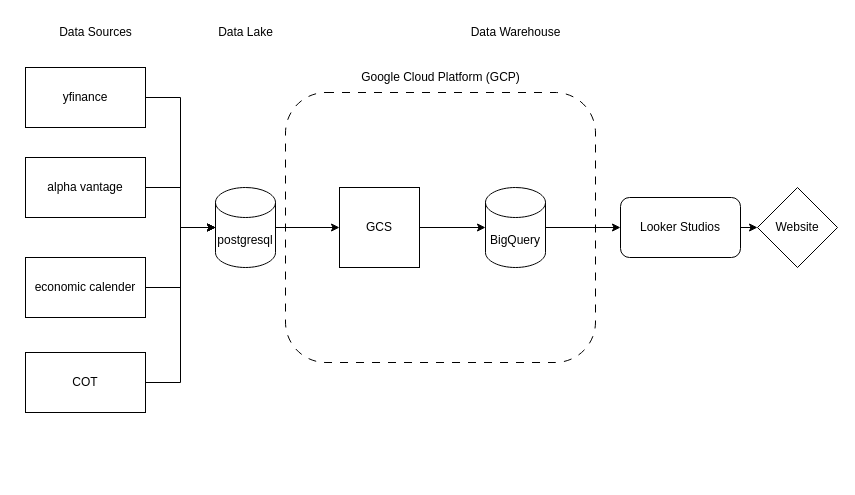
The draw.io diagram Stock Analysis System.drawio in Tgop1310/Projects, before the edit. Source tidied: cells renumbered, new cells numbered last; positions are measured from the earlier drawing's top-left corner, leaving out a move shared by most shapes. Both pictures are drawn from the tidied source at 100%, with x=0, y=0 at pixel (25, 17).
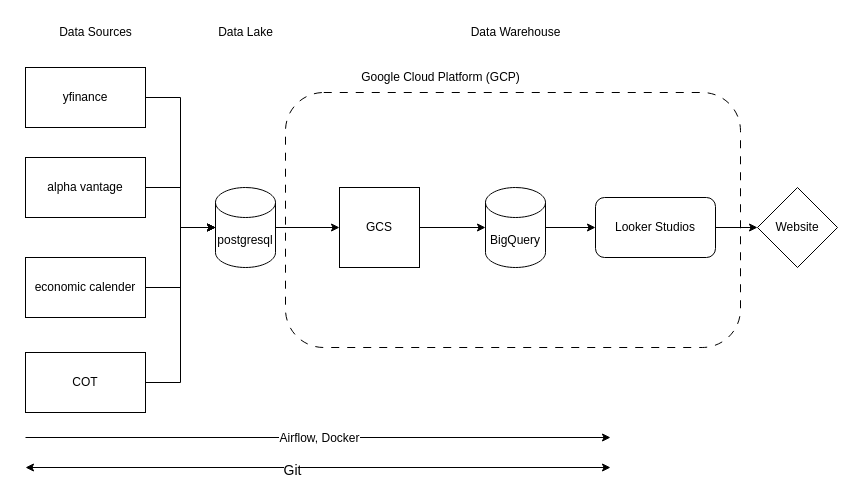
Above is the later version.

Change to the diagram source:
```diff
@@
     <mxCell id="14" style="rounded=1;whiteSpace=wrap;html=1;fillColor=none;dashed=1;dashPattern=8 8;" parent="1" vertex="1">
-      <mxGeometry x="260" y="75" width="310" height="270" as="geometry" />
+      <mxGeometry x="260" y="75" width="455" height="255" as="geometry" />
     </mxCell>
@@
     <mxCell id="21" value="Looker Studios" style="rounded=1;whiteSpace=wrap;html=1;" parent="1" vertex="1">
-      <mxGeometry x="595" y="180" width="120" height="60" as="geometry" />
+      <mxGeometry x="570" y="180" width="120" height="60" as="geometry" />
     </mxCell>
@@
+    <mxCell id="24" style="endArrow=classic;html=1;rounded=0;" parent="1" edge="1">
+      <mxGeometry relative="1" as="geometry">
+        <mxPoint y="420" as="sourcePoint" />
+        <mxPoint x="585" y="420" as="targetPoint" />
+      </mxGeometry>
+    </mxCell>
+    <mxCell id="25" value="Airflow, Docker" style="edgeLabel;html=1;align=center;verticalAlign=middle;fontSize=12;" parent="24" vertex="1">
+      <mxGeometry relative="1" as="geometry" />
+    </mxCell>
+    <mxCell id="26" style="endArrow=classic;startArrow=classic;html=1;rounded=0;" parent="1" edge="1">
+      <mxGeometry relative="1" as="geometry">
+        <mxPoint y="450" as="sourcePoint" />
+        <mxPoint x="585" y="450" as="targetPoint" />
+      </mxGeometry>
+    </mxCell>
+    <mxCell id="27" value="Git" style="edgeLabel;html=1;align=center;verticalAlign=middle;fontSize=14;" parent="26" vertex="1">
+      <mxGeometry x="-0.09" y="-2" relative="1" as="geometry" />
+    </mxCell>
```
